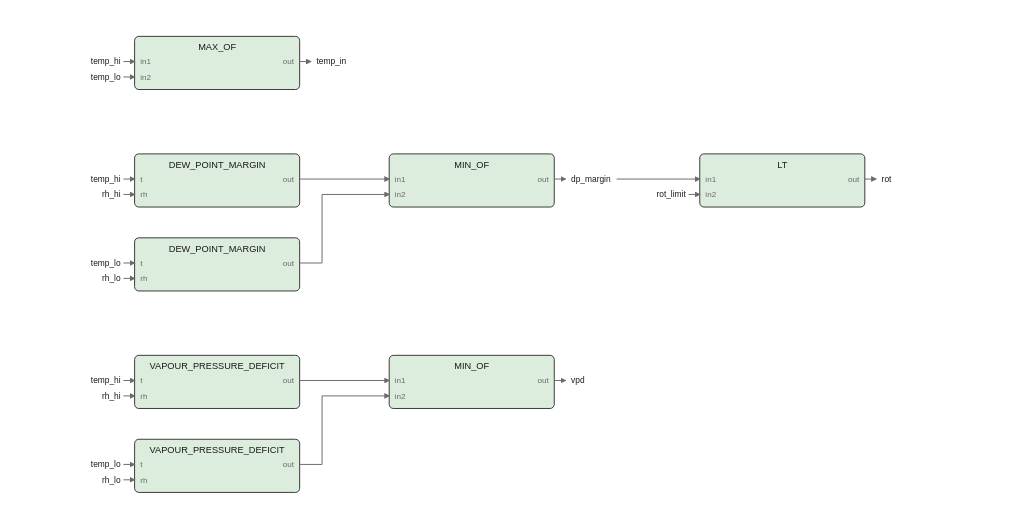
Before: images/logic/temp_rh_zone_fbd.drawio.svg, a diagram exported from draw.io (pstch/botanik2). Source tidied: cells renumbered, new cells last; positions are measured from the earlier drawing's top-left corner, leaving out a move shared by most shapes.
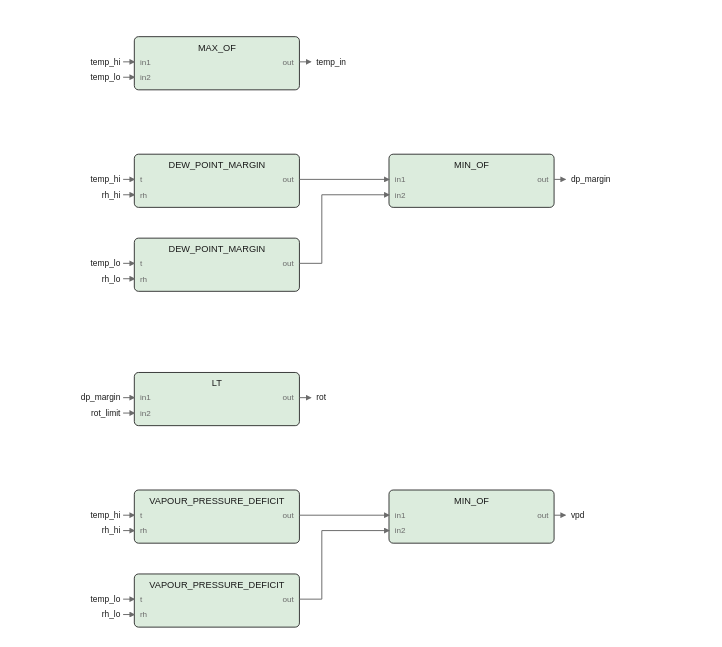
The same diagram one commit later.

The edit, as a diff of the source:
```diff
@@ -63,64 +63,64 @@
       <mxGeometry x="306" y="98.2" width="40" height="9.8" as="geometry" />
     </mxCell>
     <mxCell id="22" style="rounded=1;fillColor=#dcecdd;strokeColor=#1a1a1a;whiteSpace=wrap;html=1;fontSize=8;" parent="1" vertex="1">
-      <mxGeometry x="414" y="84" width="118" height="38" as="geometry" />
+      <mxGeometry x="10" y="240" width="118" height="38" as="geometry" />
     </mxCell>
     <mxCell id="23" value="LT" style="text;html=1;fontSize=6;fontColor=#1a1a1a;align=center;" parent="1" vertex="1">
-      <mxGeometry x="473" y="87.4" width="40" height="10.6" as="geometry" />
+      <mxGeometry x="69" y="243.4" width="40" height="10.6" as="geometry" />
     </mxCell>
     <mxCell id="24" value="in1" style="text;html=1;fontSize=5;fontColor=#6b6b6b;align=left;" parent="1" vertex="1">
-      <mxGeometry x="418" y="98.2" width="40" height="9.8" as="geometry" />
+      <mxGeometry x="14" y="254.2" width="40" height="9.8" as="geometry" />
     </mxCell>
     <mxCell id="25" value="in2" style="text;html=1;fontSize=5;fontColor=#6b6b6b;align=left;" parent="1" vertex="1">
-      <mxGeometry x="418" y="109.2" width="40" height="9.8" as="geometry" />
+      <mxGeometry x="14" y="265.2" width="40" height="9.8" as="geometry" />
     </mxCell>
     <mxCell id="26" value="out" style="text;html=1;fontSize=5;fontColor=#6b6b6b;align=left;" parent="1" vertex="1">
-      <mxGeometry x="528" y="98.2" width="40" height="9.8" as="geometry" />
+      <mxGeometry x="124" y="254.2" width="40" height="9.8" as="geometry" />
     </mxCell>
     <mxCell id="27" style="rounded=1;fillColor=#dcecdd;strokeColor=#1a1a1a;whiteSpace=wrap;html=1;fontSize=8;" parent="1" vertex="1">
-      <mxGeometry x="10" y="228" width="118" height="38" as="geometry" />
+      <mxGeometry x="10" y="324" width="118" height="38" as="geometry" />
     </mxCell>
     <mxCell id="28" value="VAPOUR_PRESSURE_DEFICIT" style="text;html=1;fontSize=6;fontColor=#1a1a1a;align=center;" parent="1" vertex="1">
-      <mxGeometry x="69" y="231.4" width="115" height="10.6" as="geometry" />
+      <mxGeometry x="69" y="327.4" width="115" height="10.6" as="geometry" />
     </mxCell>
     <mxCell id="29" value="t" style="text;html=1;fontSize=5;fontColor=#6b6b6b;align=left;" parent="1" vertex="1">
-      <mxGeometry x="14" y="242.2" width="40" height="9.8" as="geometry" />
+      <mxGeometry x="14" y="338.2" width="40" height="9.8" as="geometry" />
     </mxCell>
     <mxCell id="30" value="rh" style="text;html=1;fontSize=5;fontColor=#6b6b6b;align=left;" parent="1" vertex="1">
-      <mxGeometry x="14" y="253.2" width="40" height="9.8" as="geometry" />
+      <mxGeometry x="14" y="349.2" width="40" height="9.8" as="geometry" />
     </mxCell>
     <mxCell id="31" value="out" style="text;html=1;fontSize=5;fontColor=#6b6b6b;align=left;" parent="1" vertex="1">
-      <mxGeometry x="124" y="242.2" width="40" height="9.8" as="geometry" />
+      <mxGeometry x="124" y="338.2" width="40" height="9.8" as="geometry" />
     </mxCell>
     <mxCell id="32" style="rounded=1;fillColor=#dcecdd;strokeColor=#1a1a1a;whiteSpace=wrap;html=1;fontSize=8;" parent="1" vertex="1">
-      <mxGeometry x="10" y="288" width="118" height="38" as="geometry" />
+      <mxGeometry x="10" y="384" width="118" height="38" as="geometry" />
     </mxCell>
     <mxCell id="33" value="VAPOUR_PRESSURE_DEFICIT" style="text;html=1;fontSize=6;fontColor=#1a1a1a;align=center;" parent="1" vertex="1">
-      <mxGeometry x="69" y="291.4" width="115" height="10.6" as="geometry" />
+      <mxGeometry x="69" y="387.4" width="115" height="10.6" as="geometry" />
     </mxCell>
     <mxCell id="34" value="t" style="text;html=1;fontSize=5;fontColor=#6b6b6b;align=left;" parent="1" vertex="1">
-      <mxGeometry x="14" y="302.2" width="40" height="9.8" as="geometry" />
+      <mxGeometry x="14" y="398.2" width="40" height="9.8" as="geometry" />
     </mxCell>
     <mxCell id="35" value="rh" style="text;html=1;fontSize=5;fontColor=#6b6b6b;align=left;" parent="1" vertex="1">
-      <mxGeometry x="14" y="313.2" width="40" height="9.8" as="geometry" />
+      <mxGeometry x="14" y="409.2" width="40" height="9.8" as="geometry" />
     </mxCell>
     <mxCell id="36" value="out" style="text;html=1;fontSize=5;fontColor=#6b6b6b;align=left;" parent="1" vertex="1">
-      <mxGeometry x="124" y="302.2" width="40" height="9.8" as="geometry" />
+      <mxGeometry x="124" y="398.2" width="40" height="9.8" as="geometry" />
     </mxCell>
     <mxCell id="37" style="rounded=1;fillColor=#dcecdd;strokeColor=#1a1a1a;whiteSpace=wrap;html=1;fontSize=8;" parent="1" vertex="1">
-      <mxGeometry x="192" y="228" width="118" height="38" as="geometry" />
+      <mxGeometry x="192" y="324" width="118" height="38" as="geometry" />
     </mxCell>
     <mxCell id="38" value="MIN_OF" style="text;html=1;fontSize=6;fontColor=#1a1a1a;align=center;" parent="1" vertex="1">
-      <mxGeometry x="251" y="231.4" width="40" height="10.6" as="geometry" />
+      <mxGeometry x="251" y="327.4" width="40" height="10.6" as="geometry" />
     </mxCell>
     <mxCell id="39" value="in1" style="text;html=1;fontSize=5;fontColor=#6b6b6b;align=left;" parent="1" vertex="1">
-      <mxGeometry x="196" y="242.2" width="40" height="9.8" as="geometry" />
+      <mxGeometry x="196" y="338.2" width="40" height="9.8" as="geometry" />
     </mxCell>
     <mxCell id="40" value="in2" style="text;html=1;fontSize=5;fontColor=#6b6b6b;align=left;" parent="1" vertex="1">
-      <mxGeometry x="196" y="253.2" width="40" height="9.8" as="geometry" />
+      <mxGeometry x="196" y="349.2" width="40" height="9.8" as="geometry" />
     </mxCell>
     <mxCell id="41" value="out" style="text;html=1;fontSize=5;fontColor=#6b6b6b;align=left;" parent="1" vertex="1">
-      <mxGeometry x="306" y="242.2" width="40" height="9.8" as="geometry" />
+      <mxGeometry x="306" y="338.2" width="40" height="9.8" as="geometry" />
     </mxCell>
     <mxCell id="42" style="edgeStyle=none;html=1;strokeColor=#6b6b6b;endArrow=block;" parent="1" edge="1">
       <mxGeometry relative="1" as="geometry">
@@ -142,21 +142,21 @@
     </mxCell>
     <mxCell id="46" style="edgeStyle=none;html=1;strokeColor=#6b6b6b;endArrow=block;" parent="1" edge="1">
       <mxGeometry relative="1" as="geometry">
-        <mxPoint x="532" y="102" as="sourcePoint" />
-        <mxPoint x="540" y="102" as="targetPoint" />
+        <mxPoint x="128" y="258" as="sourcePoint" />
+        <mxPoint x="136" y="258" as="targetPoint" />
       </mxGeometry>
     </mxCell>
     <mxCell id="47" value="rot" style="text;html=1;fontSize=6;fontColor=#1a1a1a;align=left;" parent="1" vertex="1">
-      <mxGeometry x="544" y="98" width="40" height="10" as="geometry" />
+      <mxGeometry x="140" y="254" width="40" height="10" as="geometry" />
     </mxCell>
     <mxCell id="48" style="edgeStyle=none;html=1;strokeColor=#6b6b6b;endArrow=block;" parent="1" edge="1">
       <mxGeometry relative="1" as="geometry">
-        <mxPoint x="310" y="246" as="sourcePoint" />
-        <mxPoint x="318" y="246" as="targetPoint" />
+        <mxPoint x="310" y="342" as="sourcePoint" />
+        <mxPoint x="318" y="342" as="targetPoint" />
       </mxGeometry>
     </mxCell>
     <mxCell id="49" value="vpd" style="text;html=1;fontSize=6;fontColor=#1a1a1a;align=left;" parent="1" vertex="1">
-      <mxGeometry x="322" y="242" width="40" height="10" as="geometry" />
+      <mxGeometry x="322" y="338" width="40" height="10" as="geometry" />
     </mxCell>
     <mxCell id="50" style="edgeStyle=none;html=1;strokeColor=#6b6b6b;endArrow=block;" parent="1" edge="1">
       <mxGeometry relative="1" as="geometry">
@@ -176,124 +176,127 @@
     </mxCell>
     <mxCell id="52" style="edgeStyle=none;html=1;strokeColor=#6b6b6b;endArrow=block;" parent="1" edge="1">
       <mxGeometry relative="1" as="geometry">
-        <mxPoint x="354.6" y="102" as="sourcePoint" />
-        <mxPoint x="414" y="102" as="targetPoint" />
+        <mxPoint x="128" y="342" as="sourcePoint" />
+        <mxPoint x="192" y="342" as="targetPoint" />
       </mxGeometry>
     </mxCell>
     <mxCell id="53" style="edgeStyle=none;html=1;strokeColor=#6b6b6b;endArrow=block;" parent="1" edge="1">
       <mxGeometry relative="1" as="geometry">
-        <mxPoint x="128" y="246" as="sourcePoint" />
-        <mxPoint x="192" y="246" as="targetPoint" />
+        <mxPoint x="128" y="402" as="sourcePoint" />
+        <mxPoint x="192" y="353" as="targetPoint" />
+        <Array as="points">
+          <mxPoint x="144" y="402" />
+          <mxPoint x="144" y="353" />
+        </Array>
       </mxGeometry>
     </mxCell>
-    <mxCell id="54" style="edgeStyle=none;html=1;strokeColor=#6b6b6b;endArrow=block;" parent="1" edge="1">
-      <mxGeometry relative="1" as="geometry">
-        <mxPoint x="128" y="306" as="sourcePoint" />
-        <mxPoint x="192" y="257" as="targetPoint" />
-        <Array as="points">
-          <mxPoint x="144" y="306" />
-          <mxPoint x="144" y="257" />
-        </Array>
-      </mxGeometry>
-    </mxCell>
     <mxCell id="55" value="temp_hi" style="text;html=1;fontSize=6;fontColor=#1a1a1a;align=left;" parent="1" vertex="1">
       <mxGeometry y="14" width="40" height="10" as="geometry" />
     </mxCell>
-    <mxCell id="56" style="edgeStyle=none;html=1;strokeColor=#6b6b6b;endArrow=block;" parent="1" edge="1">
-      <mxGeometry relative="1" as="geometry">
-        <mxPoint x="2" y="18" as="sourcePoint" />
-        <mxPoint x="10" y="18" as="targetPoint" />
-      </mxGeometry>
-    </mxCell>
+    <mxCell id="77" style="edgeStyle=none;html=1;strokeColor=#6b6b6b;endArrow=block;" parent="1" edge="1">
+      <mxGeometry relative="1" as="geometry">
+        <mxPoint x="2" y="18" as="sourcePoint" />
+        <mxPoint x="10" y="18" as="targetPoint" />
+      </mxGeometry>
+    </mxCell>
     <mxCell id="57" value="temp_lo" style="text;html=1;fontSize=6;fontColor=#1a1a1a;align=left;" parent="1" vertex="1">
       <mxGeometry y="25" width="40" height="10" as="geometry" />
     </mxCell>
-    <mxCell id="58" style="edgeStyle=none;html=1;strokeColor=#6b6b6b;endArrow=block;" parent="1" edge="1">
-      <mxGeometry relative="1" as="geometry">
-        <mxPoint x="2" y="29" as="sourcePoint" />
-        <mxPoint x="10" y="29" as="targetPoint" />
-      </mxGeometry>
-    </mxCell>
+    <mxCell id="78" style="edgeStyle=none;html=1;strokeColor=#6b6b6b;endArrow=block;" parent="1" edge="1">
+      <mxGeometry relative="1" as="geometry">
+        <mxPoint x="2" y="29" as="sourcePoint" />
+        <mxPoint x="10" y="29" as="targetPoint" />
+      </mxGeometry>
+    </mxCell>
     <mxCell id="59" value="temp_hi" style="text;html=1;fontSize=6;fontColor=#1a1a1a;align=left;" parent="1" vertex="1">
       <mxGeometry y="98" width="40" height="10" as="geometry" />
     </mxCell>
-    <mxCell id="60" style="edgeStyle=none;html=1;strokeColor=#6b6b6b;endArrow=block;" parent="1" edge="1">
-      <mxGeometry relative="1" as="geometry">
-        <mxPoint x="2" y="102" as="sourcePoint" />
-        <mxPoint x="10" y="102" as="targetPoint" />
-      </mxGeometry>
-    </mxCell>
+    <mxCell id="79" style="edgeStyle=none;html=1;strokeColor=#6b6b6b;endArrow=block;" parent="1" edge="1">
+      <mxGeometry relative="1" as="geometry">
+        <mxPoint x="2" y="102" as="sourcePoint" />
+        <mxPoint x="10" y="102" as="targetPoint" />
+      </mxGeometry>
+    </mxCell>
     <mxCell id="61" value="rh_hi" style="text;html=1;fontSize=6;fontColor=#1a1a1a;align=left;" parent="1" vertex="1">
       <mxGeometry y="109" width="40" height="10" as="geometry" />
     </mxCell>
-    <mxCell id="62" style="edgeStyle=none;html=1;strokeColor=#6b6b6b;endArrow=block;" parent="1" edge="1">
-      <mxGeometry relative="1" as="geometry">
-        <mxPoint x="2" y="113" as="sourcePoint" />
-        <mxPoint x="10" y="113" as="targetPoint" />
-      </mxGeometry>
-    </mxCell>
+    <mxCell id="80" style="edgeStyle=none;html=1;strokeColor=#6b6b6b;endArrow=block;" parent="1" edge="1">
+      <mxGeometry relative="1" as="geometry">
+        <mxPoint x="2" y="113" as="sourcePoint" />
+        <mxPoint x="10" y="113" as="targetPoint" />
+      </mxGeometry>
+    </mxCell>
     <mxCell id="63" value="temp_lo" style="text;html=1;fontSize=6;fontColor=#1a1a1a;align=left;" parent="1" vertex="1">
       <mxGeometry y="158" width="40" height="10" as="geometry" />
     </mxCell>
-    <mxCell id="64" style="edgeStyle=none;html=1;strokeColor=#6b6b6b;endArrow=block;" parent="1" edge="1">
-      <mxGeometry relative="1" as="geometry">
-        <mxPoint x="2" y="162" as="sourcePoint" />
-        <mxPoint x="10" y="162" as="targetPoint" />
-      </mxGeometry>
-    </mxCell>
+    <mxCell id="81" style="edgeStyle=none;html=1;strokeColor=#6b6b6b;endArrow=block;" parent="1" edge="1">
+      <mxGeometry relative="1" as="geometry">
+        <mxPoint x="2" y="162" as="sourcePoint" />
+        <mxPoint x="10" y="162" as="targetPoint" />
+      </mxGeometry>
+    </mxCell>
     <mxCell id="65" value="rh_lo" style="text;html=1;fontSize=6;fontColor=#1a1a1a;align=left;" parent="1" vertex="1">
       <mxGeometry y="169" width="40" height="10" as="geometry" />
     </mxCell>
-    <mxCell id="66" style="edgeStyle=none;html=1;strokeColor=#6b6b6b;endArrow=block;" parent="1" edge="1">
-      <mxGeometry relative="1" as="geometry">
-        <mxPoint x="2" y="173" as="sourcePoint" />
-        <mxPoint x="10" y="173" as="targetPoint" />
-      </mxGeometry>
-    </mxCell>
+    <mxCell id="82" style="edgeStyle=none;html=1;strokeColor=#6b6b6b;endArrow=block;" parent="1" edge="1">
+      <mxGeometry relative="1" as="geometry">
+        <mxPoint x="2" y="173" as="sourcePoint" />
+        <mxPoint x="10" y="173" as="targetPoint" />
+      </mxGeometry>
+    </mxCell>
+    <mxCell id="83" value="dp_margin" style="text;html=1;fontSize=6;fontColor=#1a1a1a;align=left;" parent="1" vertex="1">
+      <mxGeometry y="254" width="45" height="10" as="geometry" />
+    </mxCell>
+    <mxCell id="84" style="edgeStyle=none;html=1;strokeColor=#6b6b6b;endArrow=block;" parent="1" edge="1">
+      <mxGeometry relative="1" as="geometry">
+        <mxPoint x="2" y="258" as="sourcePoint" />
+        <mxPoint x="10" y="258" as="targetPoint" />
+      </mxGeometry>
+    </mxCell>
     <mxCell id="67" value="rot_limit" style="text;html=1;fontSize=6;fontColor=#1a1a1a;align=left;" parent="1" vertex="1">
-      <mxGeometry x="404" y="109" width="45" height="10" as="geometry" />
+      <mxGeometry y="265" width="45" height="10" as="geometry" />
     </mxCell>
-    <mxCell id="68" style="edgeStyle=none;html=1;strokeColor=#6b6b6b;endArrow=block;" parent="1" edge="1">
-      <mxGeometry relative="1" as="geometry">
-        <mxPoint x="406" y="113" as="sourcePoint" />
-        <mxPoint x="414" y="113" as="targetPoint" />
-      </mxGeometry>
-    </mxCell>
+    <mxCell id="85" style="edgeStyle=none;html=1;strokeColor=#6b6b6b;endArrow=block;" parent="1" edge="1">
+      <mxGeometry relative="1" as="geometry">
+        <mxPoint x="2" y="269" as="sourcePoint" />
+        <mxPoint x="10" y="269" as="targetPoint" />
+      </mxGeometry>
+    </mxCell>
     <mxCell id="69" value="temp_hi" style="text;html=1;fontSize=6;fontColor=#1a1a1a;align=left;" parent="1" vertex="1">
-      <mxGeometry y="242" width="40" height="10" as="geometry" />
+      <mxGeometry y="338" width="40" height="10" as="geometry" />
     </mxCell>
-    <mxCell id="70" style="edgeStyle=none;html=1;strokeColor=#6b6b6b;endArrow=block;" parent="1" edge="1">
-      <mxGeometry relative="1" as="geometry">
-        <mxPoint x="2" y="246" as="sourcePoint" />
-        <mxPoint x="10" y="246" as="targetPoint" />
-      </mxGeometry>
-    </mxCell>
+    <mxCell id="86" style="edgeStyle=none;html=1;strokeColor=#6b6b6b;endArrow=block;" parent="1" edge="1">
+      <mxGeometry relative="1" as="geometry">
+        <mxPoint x="2" y="342" as="sourcePoint" />
+        <mxPoint x="10" y="342" as="targetPoint" />
+      </mxGeometry>
+    </mxCell>
     <mxCell id="71" value="rh_hi" style="text;html=1;fontSize=6;fontColor=#1a1a1a;align=left;" parent="1" vertex="1">
-      <mxGeometry y="253" width="40" height="10" as="geometry" />
+      <mxGeometry y="349" width="40" height="10" as="geometry" />
     </mxCell>
-    <mxCell id="72" style="edgeStyle=none;html=1;strokeColor=#6b6b6b;endArrow=block;" parent="1" edge="1">
-      <mxGeometry relative="1" as="geometry">
-        <mxPoint x="2" y="257" as="sourcePoint" />
-        <mxPoint x="10" y="257" as="targetPoint" />
-      </mxGeometry>
-    </mxCell>
+    <mxCell id="87" style="edgeStyle=none;html=1;strokeColor=#6b6b6b;endArrow=block;" parent="1" edge="1">
+      <mxGeometry relative="1" as="geometry">
+        <mxPoint x="2" y="353" as="sourcePoint" />
+        <mxPoint x="10" y="353" as="targetPoint" />
+      </mxGeometry>
+    </mxCell>
     <mxCell id="73" value="temp_lo" style="text;html=1;fontSize=6;fontColor=#1a1a1a;align=left;" parent="1" vertex="1">
-      <mxGeometry y="302" width="40" height="10" as="geometry" />
+      <mxGeometry y="398" width="40" height="10" as="geometry" />
     </mxCell>
-    <mxCell id="74" style="edgeStyle=none;html=1;strokeColor=#6b6b6b;endArrow=block;" parent="1" edge="1">
-      <mxGeometry relative="1" as="geometry">
-        <mxPoint x="2" y="306" as="sourcePoint" />
-        <mxPoint x="10" y="306" as="targetPoint" />
-      </mxGeometry>
-    </mxCell>
+    <mxCell id="88" style="edgeStyle=none;html=1;strokeColor=#6b6b6b;endArrow=block;" parent="1" edge="1">
+      <mxGeometry relative="1" as="geometry">
+        <mxPoint x="2" y="402" as="sourcePoint" />
+        <mxPoint x="10" y="402" as="targetPoint" />
+      </mxGeometry>
+    </mxCell>
     <mxCell id="75" value="rh_lo" style="text;html=1;fontSize=6;fontColor=#1a1a1a;align=left;" parent="1" vertex="1">
-      <mxGeometry y="313" width="40" height="10" as="geometry" />
+      <mxGeometry y="409" width="40" height="10" as="geometry" />
     </mxCell>
-    <mxCell id="76" style="edgeStyle=none;html=1;strokeColor=#6b6b6b;endArrow=block;" parent="1" edge="1">
-      <mxGeometry relative="1" as="geometry">
-        <mxPoint x="2" y="317" as="sourcePoint" />
-        <mxPoint x="10" y="317" as="targetPoint" />
-      </mxGeometry>
-    </mxCell>
+    <mxCell id="89" style="edgeStyle=none;html=1;strokeColor=#6b6b6b;endArrow=block;" parent="1" edge="1">
+      <mxGeometry relative="1" as="geometry">
+        <mxPoint x="2" y="413" as="sourcePoint" />
+        <mxPoint x="10" y="413" as="targetPoint" />
+      </mxGeometry>
+    </mxCell>
   </root>
 </mxGraphModel>
```
